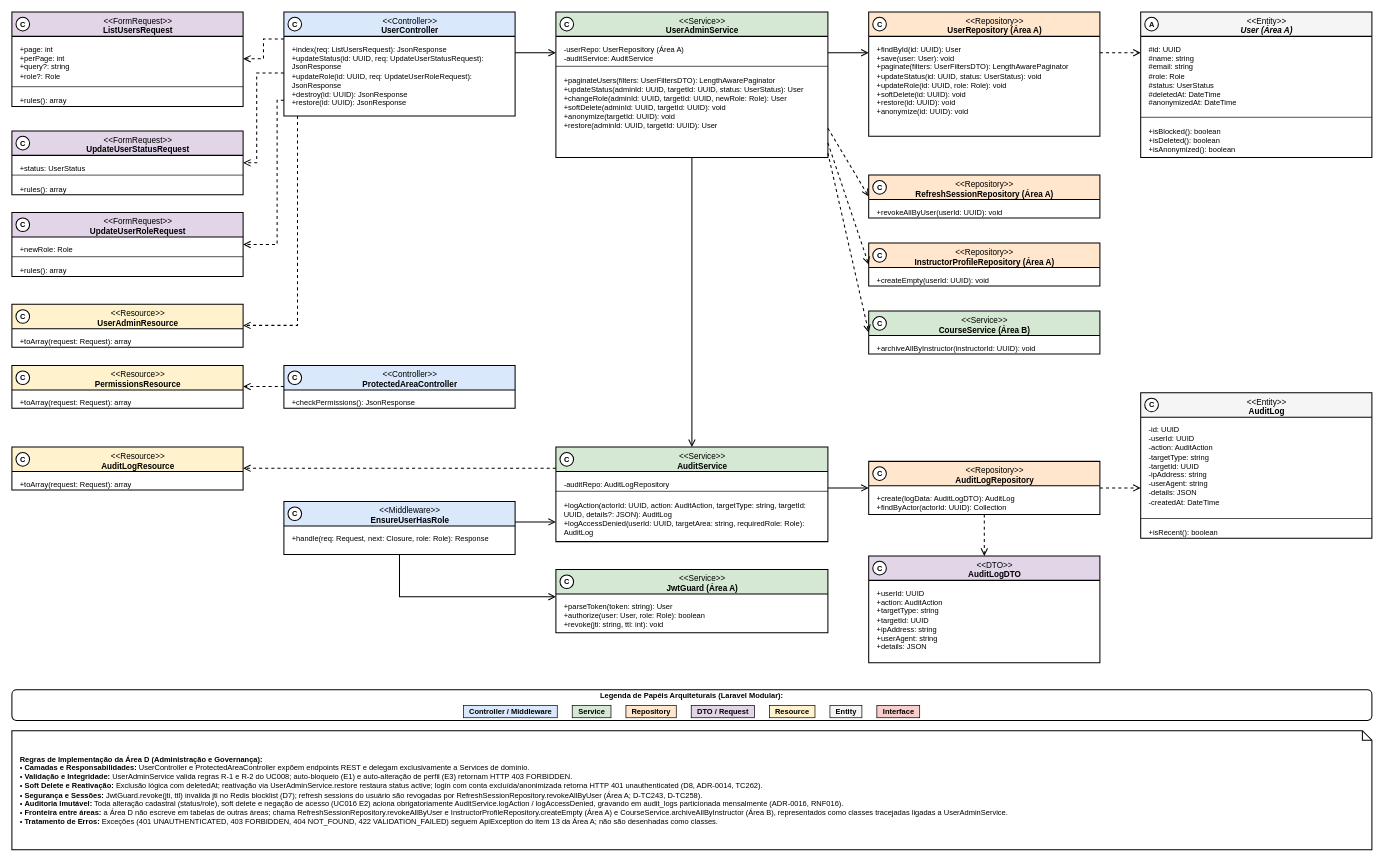
Earlier version of the draw.io diagram especificacao/diagramas/13-classes-area-d-implementacao-administracao.drawio (Plataforma-de-Cursos-TCC/plataforma-cursos-docs). Source tidied: cells renumbered, new cells numbered last; positions are measured from the earlier drawing's top-left corner, leaving out a move shared by most shapes. Both pictures are drawn from the tidied source at 68%, with x=0, y=0 at pixel (12, 12).
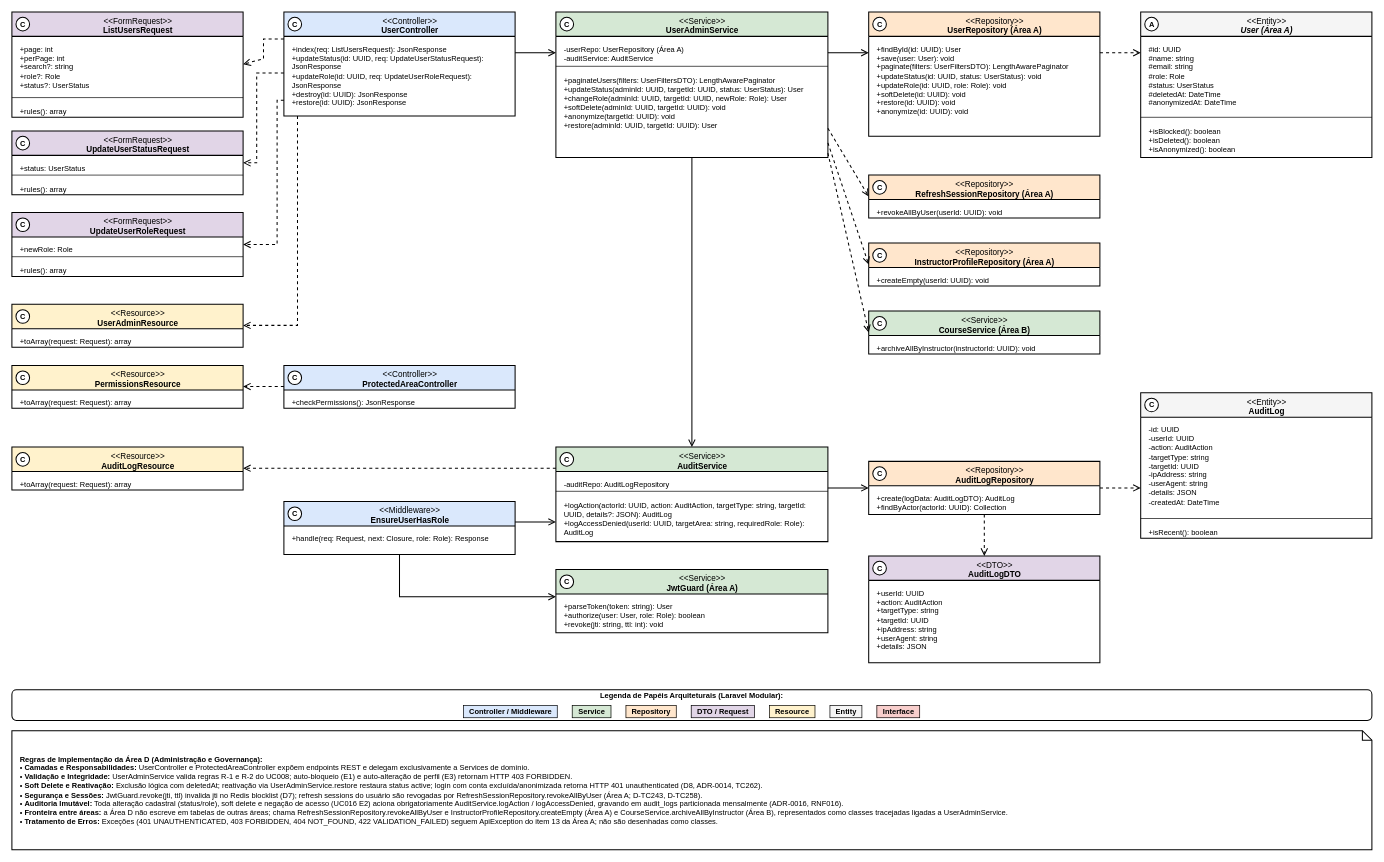
After the change.

Commit message (it also covers changes not shown here):
docs(admin): standardize search parameter and route placeholders in area D

Unify the user search parameter to search (with optional status: UserStatus) in ListUsersRequest and TC231, and standardize informal route placeholders to {id} across administration test cases.

Diff of the diagram source:
```diff
@@
     <mxCell id="2" value="&amp;lt;&amp;lt;FormRequest&amp;gt;&amp;gt;&lt;br&gt;&lt;b&gt;ListUsersRequest&lt;/b&gt;" style="swimlane;html=1;fontStyle=0;align=center;verticalAlign=top;startSize=36;fillColor=#E1D5E7;swimlaneFillColor=#FFFFFF;strokeColor=#000000;strokeWidth=1.5;fontFamily=Helvetica;fontSize=12;fontColor=#000000;rounded=0;spacingLeft=30;" parent="1" vertex="1">
-      <mxGeometry width="340" height="139" as="geometry" />
+      <mxGeometry width="340" height="155" as="geometry" />
     </mxCell>
-    <mxCell id="3" value="+page: int&lt;br&gt;+perPage: int&lt;br&gt;+query?: string&lt;br&gt;+role?: Role" style="text;html=1;align=left;verticalAlign=top;spacingLeft=10;spacingRight=8;spacingTop=6;fontSize=11;fontFamily=Helvetica;fontColor=#000000;strokeColor=none;fillColor=none;whiteSpace=wrap;" parent="2" vertex="1">
-      <mxGeometry y="36" width="340" height="72" as="geometry" />
+    <mxCell id="3" value="+page: int&lt;br&gt;+perPage: int&lt;br&gt;+search?: string&lt;br&gt;+role?: Role&lt;br&gt;+status?: UserStatus" style="text;html=1;align=left;verticalAlign=top;spacingLeft=10;spacingRight=8;spacingTop=6;fontSize=11;fontFamily=Helvetica;fontColor=#000000;strokeColor=none;fillColor=none;whiteSpace=wrap;" parent="2" vertex="1">
+      <mxGeometry y="36" width="340" height="88" as="geometry" />
     </mxCell>
     <mxCell id="4" style="line;strokeWidth=1;fillColor=none;align=left;verticalAlign=middle;strokeColor=#000000;" parent="2" vertex="1">
-      <mxGeometry y="108" width="340" height="4" as="geometry" />
+      <mxGeometry y="124" width="340" height="4" as="geometry" />
     </mxCell>
     <mxCell id="5" value="+rules(): array" style="text;html=1;align=left;verticalAlign=top;spacingLeft=10;spacingRight=8;spacingTop=6;fontSize=11;fontFamily=Helvetica;fontColor=#000000;strokeColor=none;fillColor=none;whiteSpace=wrap;" parent="2" vertex="1">
-      <mxGeometry y="112" width="340" height="27" as="geometry" />
+      <mxGeometry y="128" width="340" height="27" as="geometry" />
     </mxCell>
```
